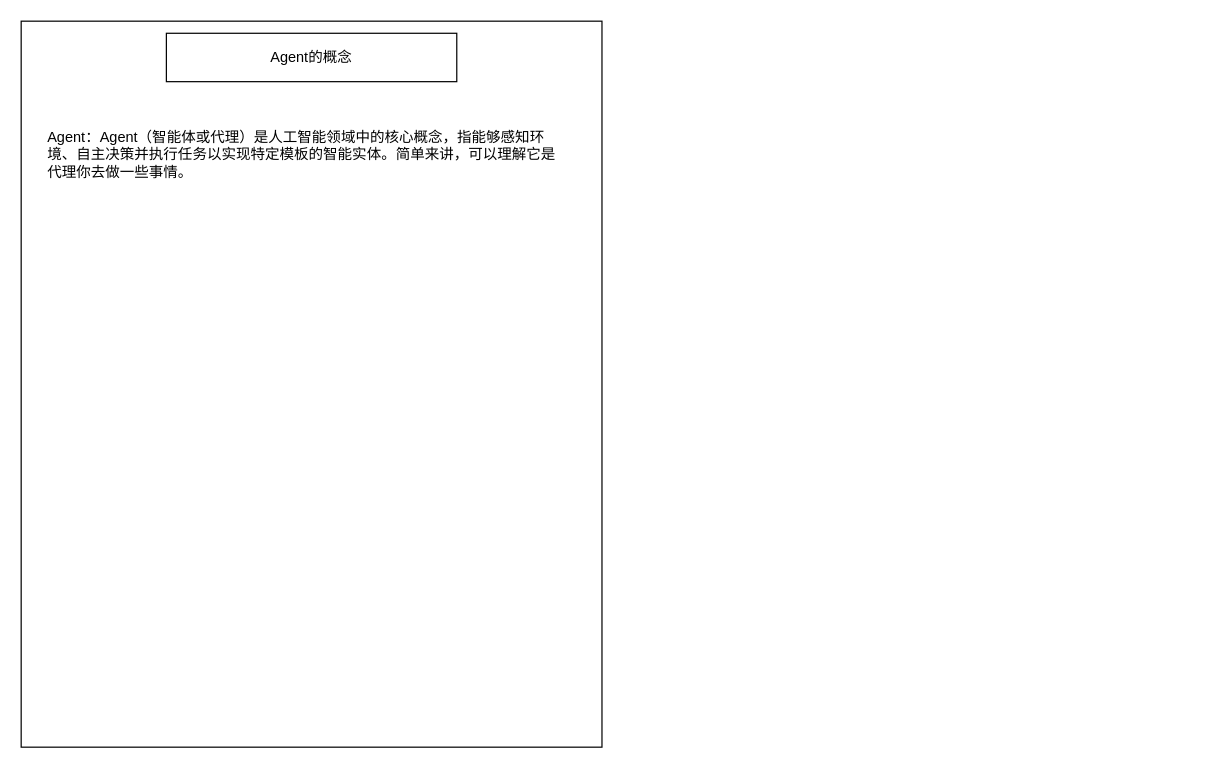
Earlier version of the draw.io diagram AI Agent 架构图.drawio (yoonai/MyTestFolder). Source tidied: cells renumbered, new cells numbered last; positions are measured from the earlier drawing's top-left corner, leaving out a move shared by most shapes. Both pictures are drawn from the tidied source at 121%, with x=0, y=0 at pixel (21, 21).
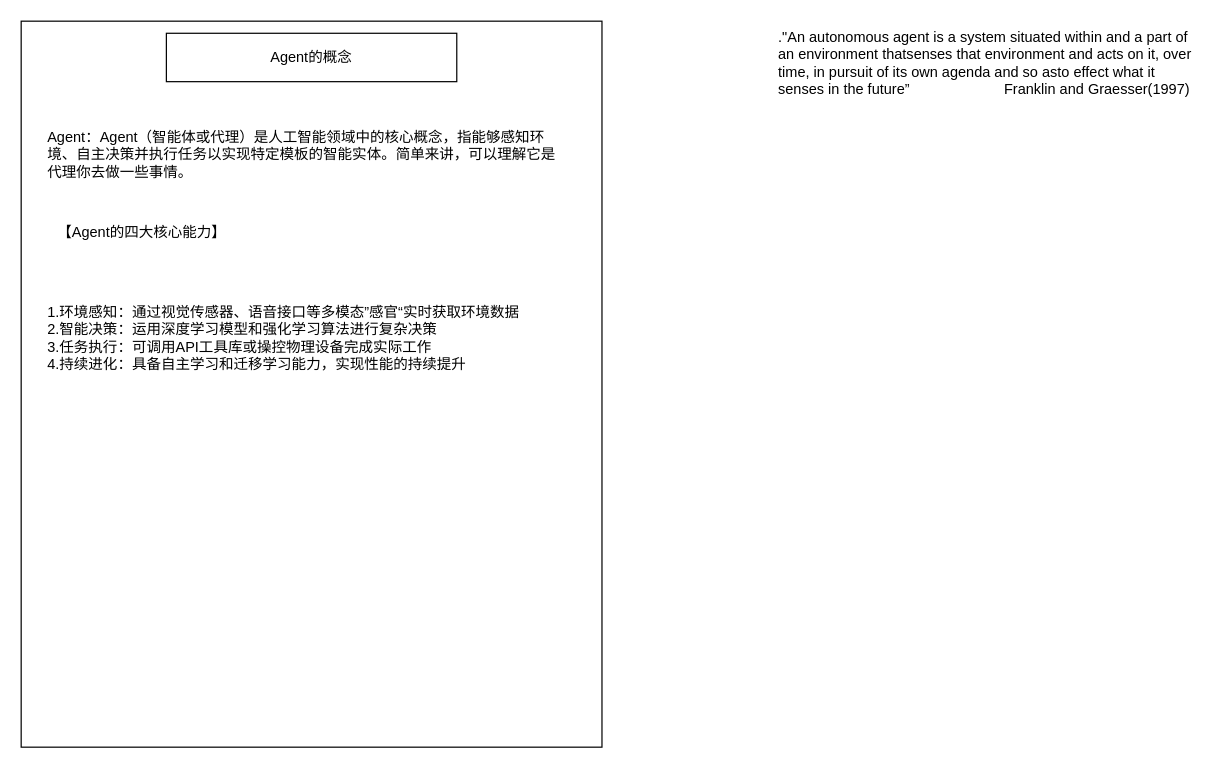
After the change.

Commit message (it also covers changes not shown here):
更新AI Agent 架构图.drawio

What changed in the source:
```diff
@@
 <mxGraphModel>
   <root>
     <mxCell id="0" />
     <mxCell id="1" parent="0" />
     <mxCell id="2" style="rounded=0;whiteSpace=wrap;html=1;" parent="1" vertex="1">
       <mxGeometry width="480" height="600" as="geometry" />
     </mxCell>
     <mxCell id="3" value="Agent的概念" style="rounded=0;whiteSpace=wrap;html=1;" parent="1" vertex="1">
       <mxGeometry x="120" y="10" width="240" height="40" as="geometry" />
     </mxCell>
     <mxCell id="4" value="Agent：Agent（智能体或代理）是人工智能领域中的核心概念，指能够感知环境、自主决策并执行任务以实现特定模板的智能实体。简单来讲，可以理解它是代理你去做一些事情。" style="text;html=1;whiteSpace=wrap;strokeColor=none;fillColor=none;align=left;verticalAlign=middle;rounded=0;" parent="1" vertex="1">
       <mxGeometry x="20" y="70" width="430" height="80" as="geometry" />
     </mxCell>
+    <mxCell id="5" value="【Agent的四大核心能力】" style="text;html=1;whiteSpace=wrap;strokeColor=none;fillColor=none;align=center;verticalAlign=middle;rounded=0;" parent="1" vertex="1">
+      <mxGeometry x="20" y="160" width="160" height="30" as="geometry" />
+    </mxCell>
+    <mxCell id="6" value="1.环境感知：通过视觉传感器、语音接口等多模态”感官“实时获取环境数据&lt;br&gt;&lt;div style=&quot;&quot;&gt;&lt;span style=&quot;background-color: transparent; color: light-dark(rgb(0, 0, 0), rgb(255, 255, 255));&quot;&gt;2.智能决策：运用深度学习模型和强化学习算法进行复杂决策&lt;br&gt;3.任务执行：可调用API工具库或操控物理设备完成实际工作&lt;br&gt;4.持续进化：具备自主学习和迁移学习能力，实现性能的持续提升&lt;/span&gt;&lt;/div&gt;" style="text;html=1;whiteSpace=wrap;strokeColor=none;fillColor=none;align=left;verticalAlign=middle;rounded=0;spacingTop=0;spacing=2;spacingBottom=6;" parent="1" vertex="1">
+      <mxGeometry x="20" y="180" width="400" height="170" as="geometry" />
+    </mxCell>
+    <mxCell id="7" value=".&quot;An autonomous agent is a system situated within and a part of an environment thatsenses that environment and acts on it, over time, in pursuit of its own agenda and so asto effect what it senses in the future”&lt;span style=&quot;white-space: pre;&quot;&gt;&#9;&lt;/span&gt;&lt;span style=&quot;white-space: pre;&quot;&gt;&#9;&lt;/span&gt;&lt;span style=&quot;white-space: pre;&quot;&gt;&#9;&lt;/span&gt;Franklin and Graesser(1997)" style="text;html=1;whiteSpace=wrap;strokeColor=none;fillColor=none;align=left;verticalAlign=middle;rounded=0;" parent="1" vertex="1">
+      <mxGeometry x="624" y="20" width="346" height="30" as="geometry" />
+    </mxCell>
   </root>
 </mxGraphModel>
```
